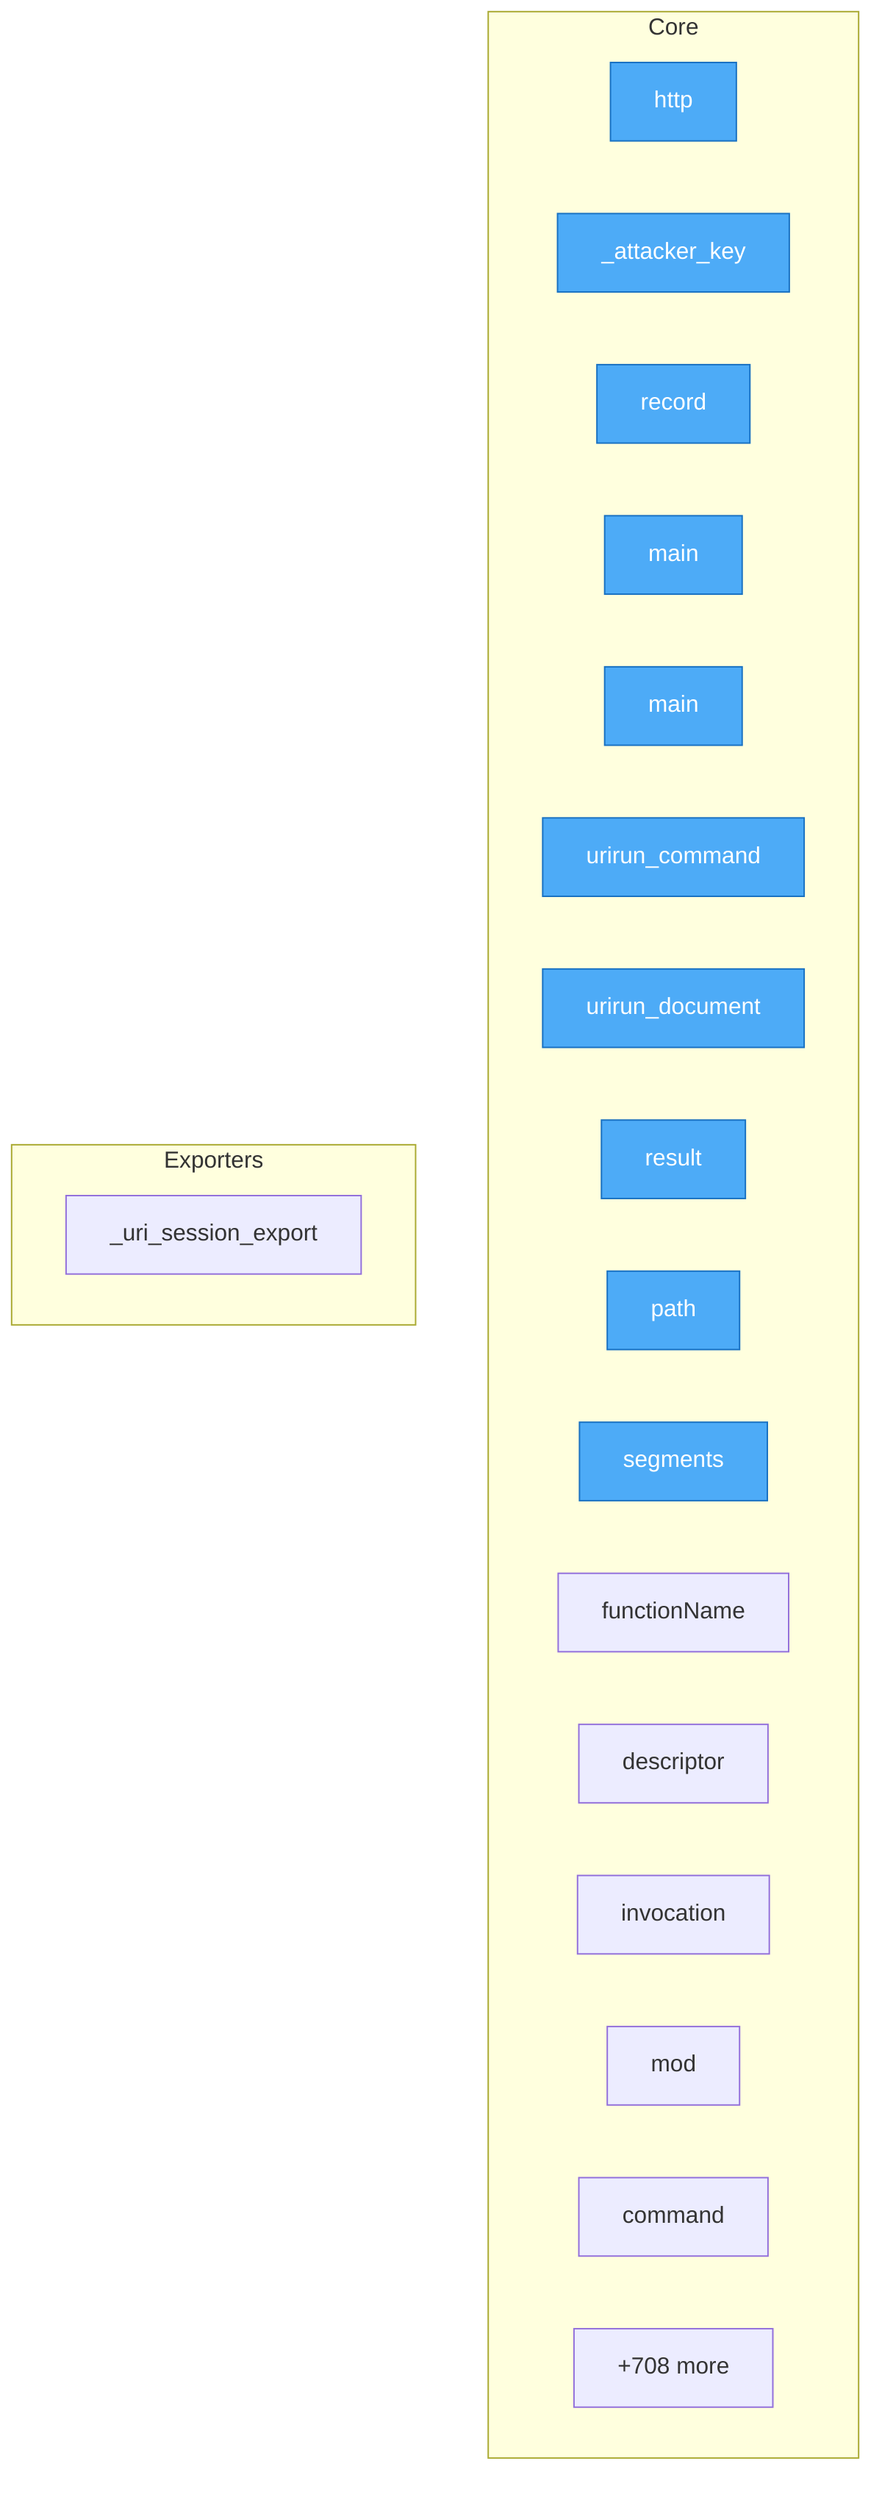
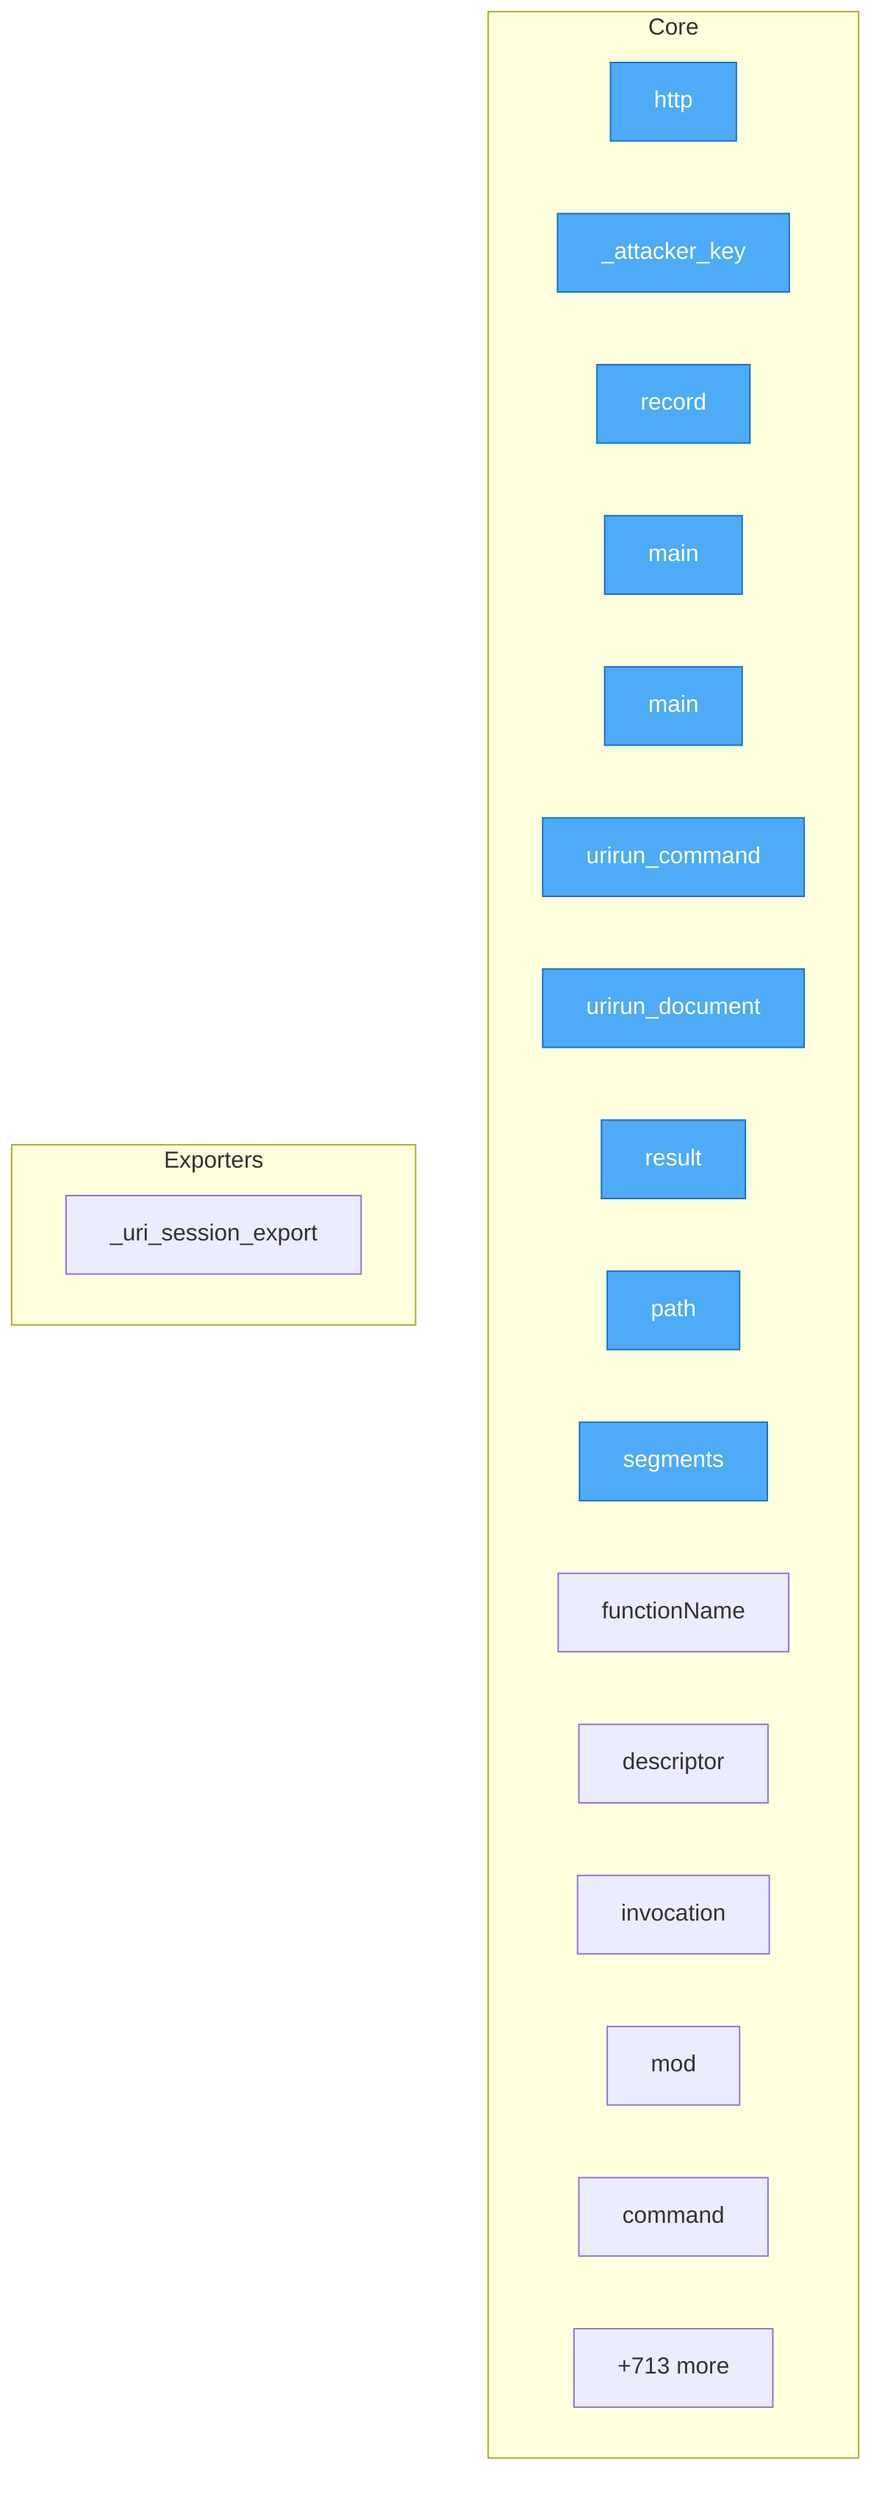
flowchart TD
%% generated in 0.05s

    %% Entry points (blue)
    classDef entry fill:#4dabf7,stroke:#1971c2,color:#fff

    subgraph Core
        security__mesh_probe__probe__http["http"]
        security__mesh_probe__probe___attacker_key["_attacker_key"]
        security__mesh_probe__probe__record["record"]
        adapters__conformance__main["main"]
        adapters__new_connector__main["main"]
        adapters__bash__urirun__urirun_command["urirun_command"]
        adapters__bash__urirun__urirun_document["urirun_document"]
        adapters__js__index__test__result["result"]
        adapters__js__path["path"]
        adapters__js__segments["segments"]
        adapters__js__functionName["functionName"]
        adapters__js__descriptor["descriptor"]
        adapters__js__invocation["invocation"]
        adapters__js__mod["mod"]
        adapters__java__Urirun__Urirun__command["command"]
-         ...["+708 more"]
+         ...["+713 more"]
    end

    subgraph Exporters
-         adapters__python__urirun__node__skill___uri_session_export["_uri_session_export"]
+         adapters__python__urirun_node__skill___uri_session_export["_uri_session_export"]
    end

    class security__mesh_probe__probe__http,security__mesh_probe__probe___attacker_key,security__mesh_probe__probe__record,adapters__conformance__main,adapters__new_connector__main,adapters__bash__urirun__urirun_command,adapters__bash__urirun__urirun_document,adapters__js__index__test__result,adapters__js__path,adapters__js__segments entry
